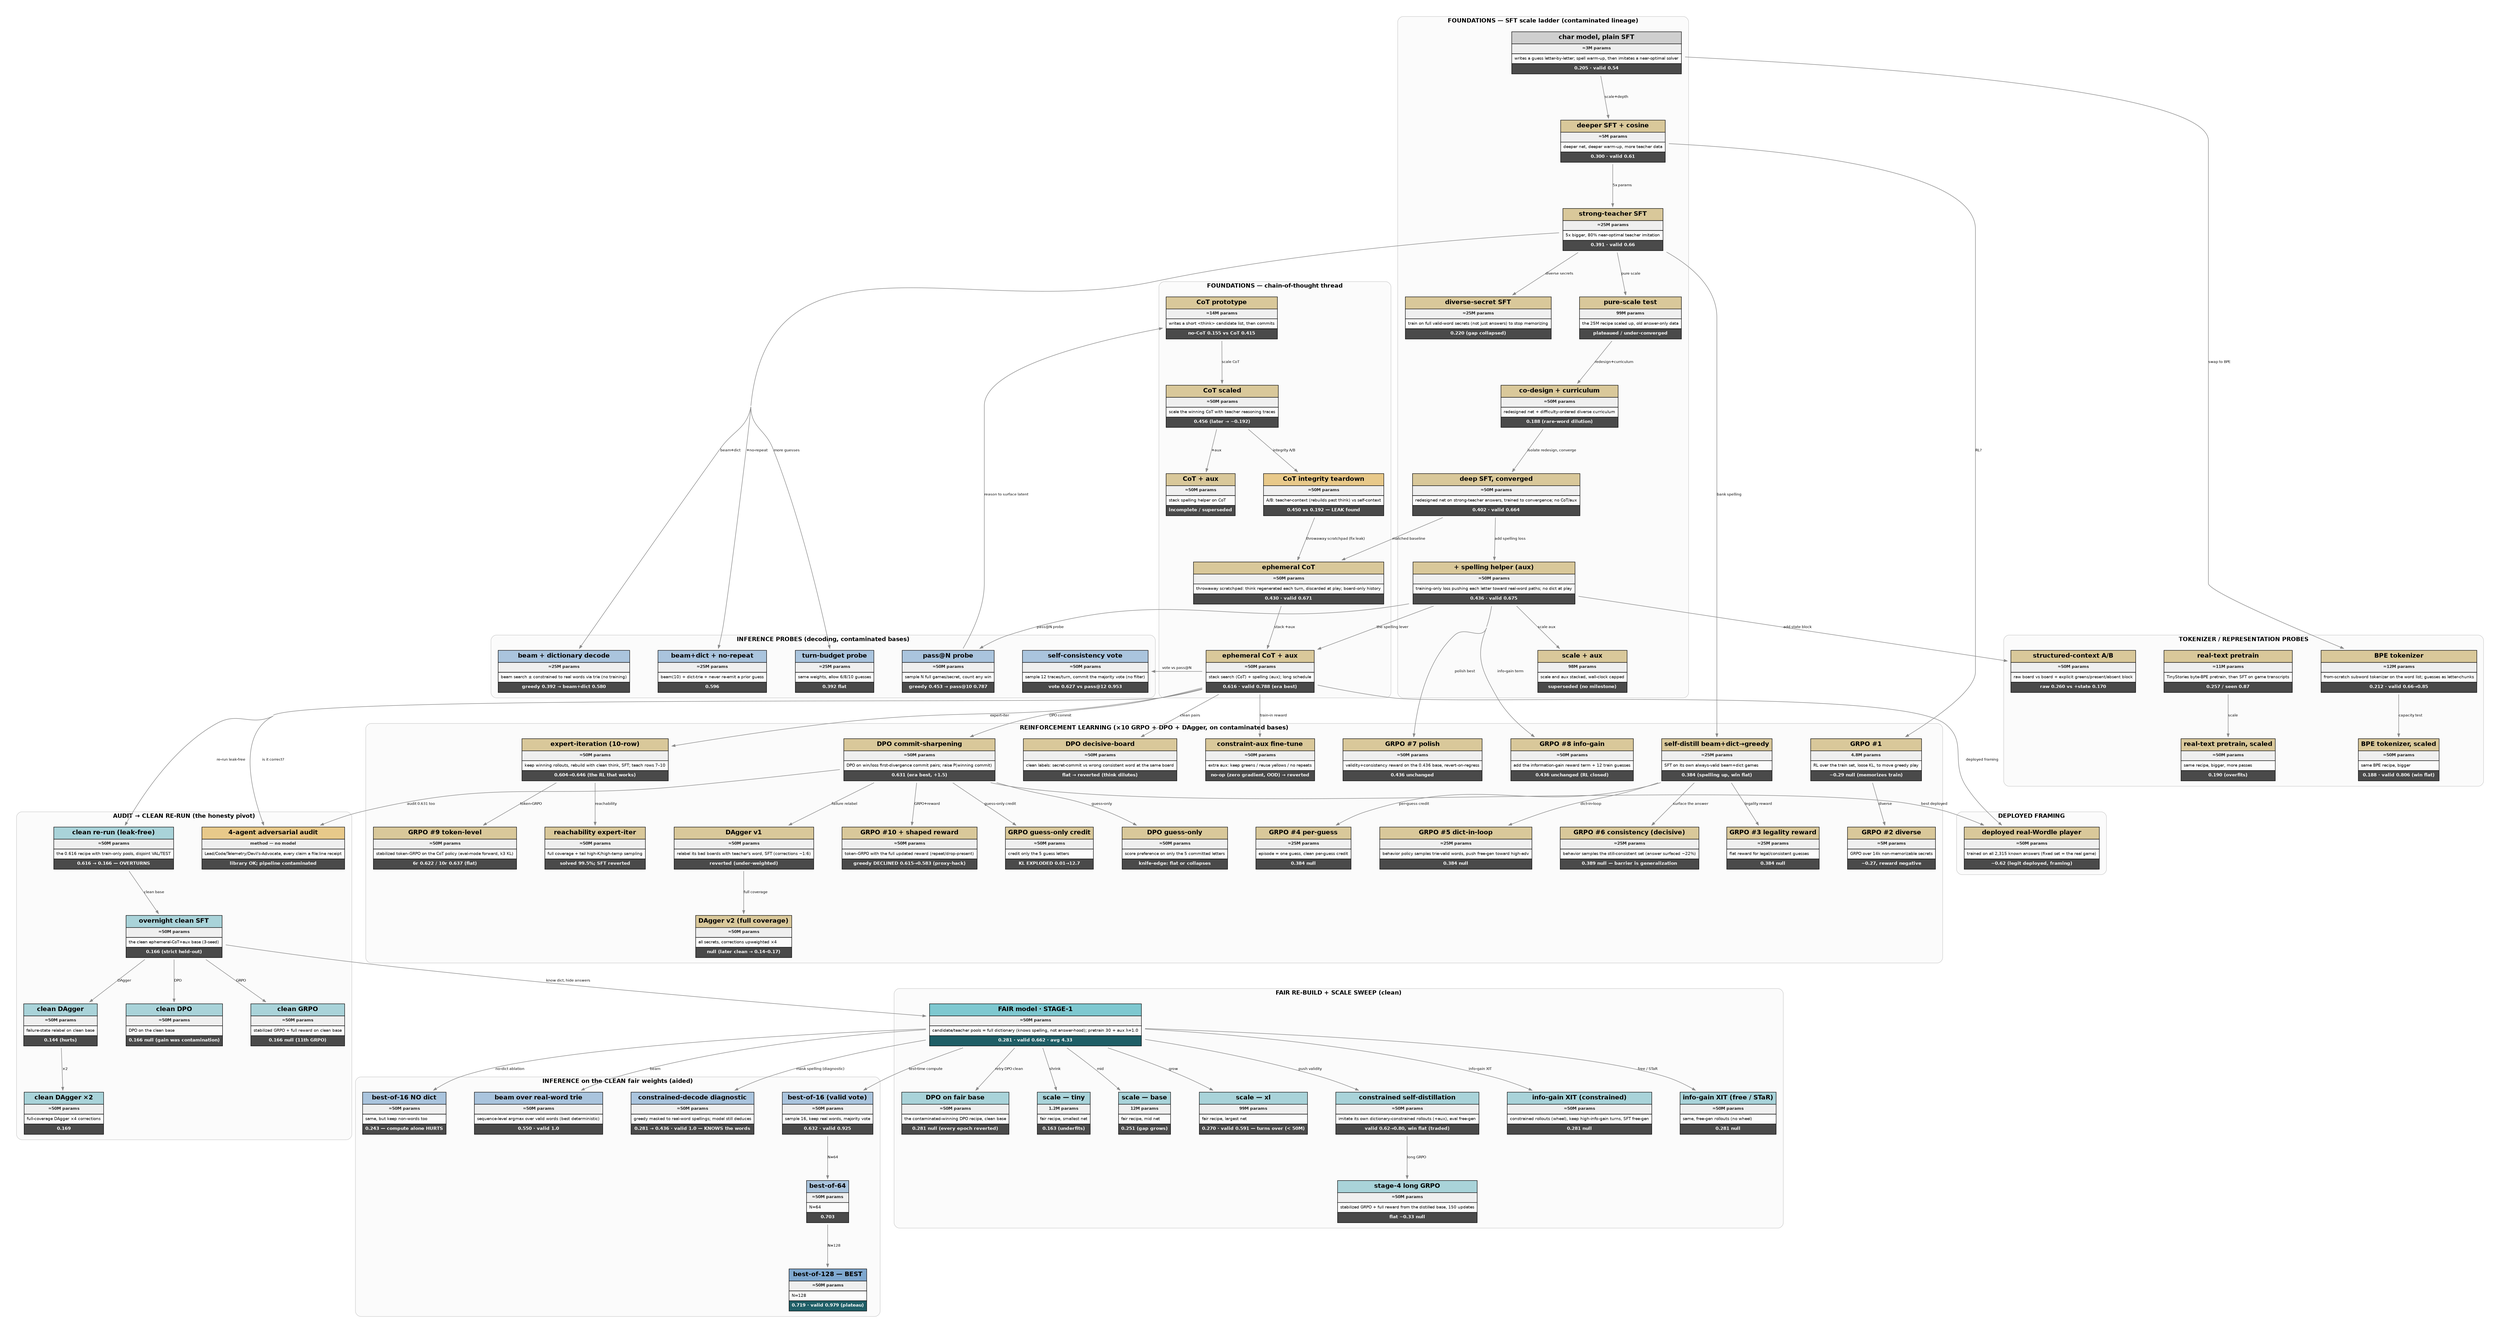
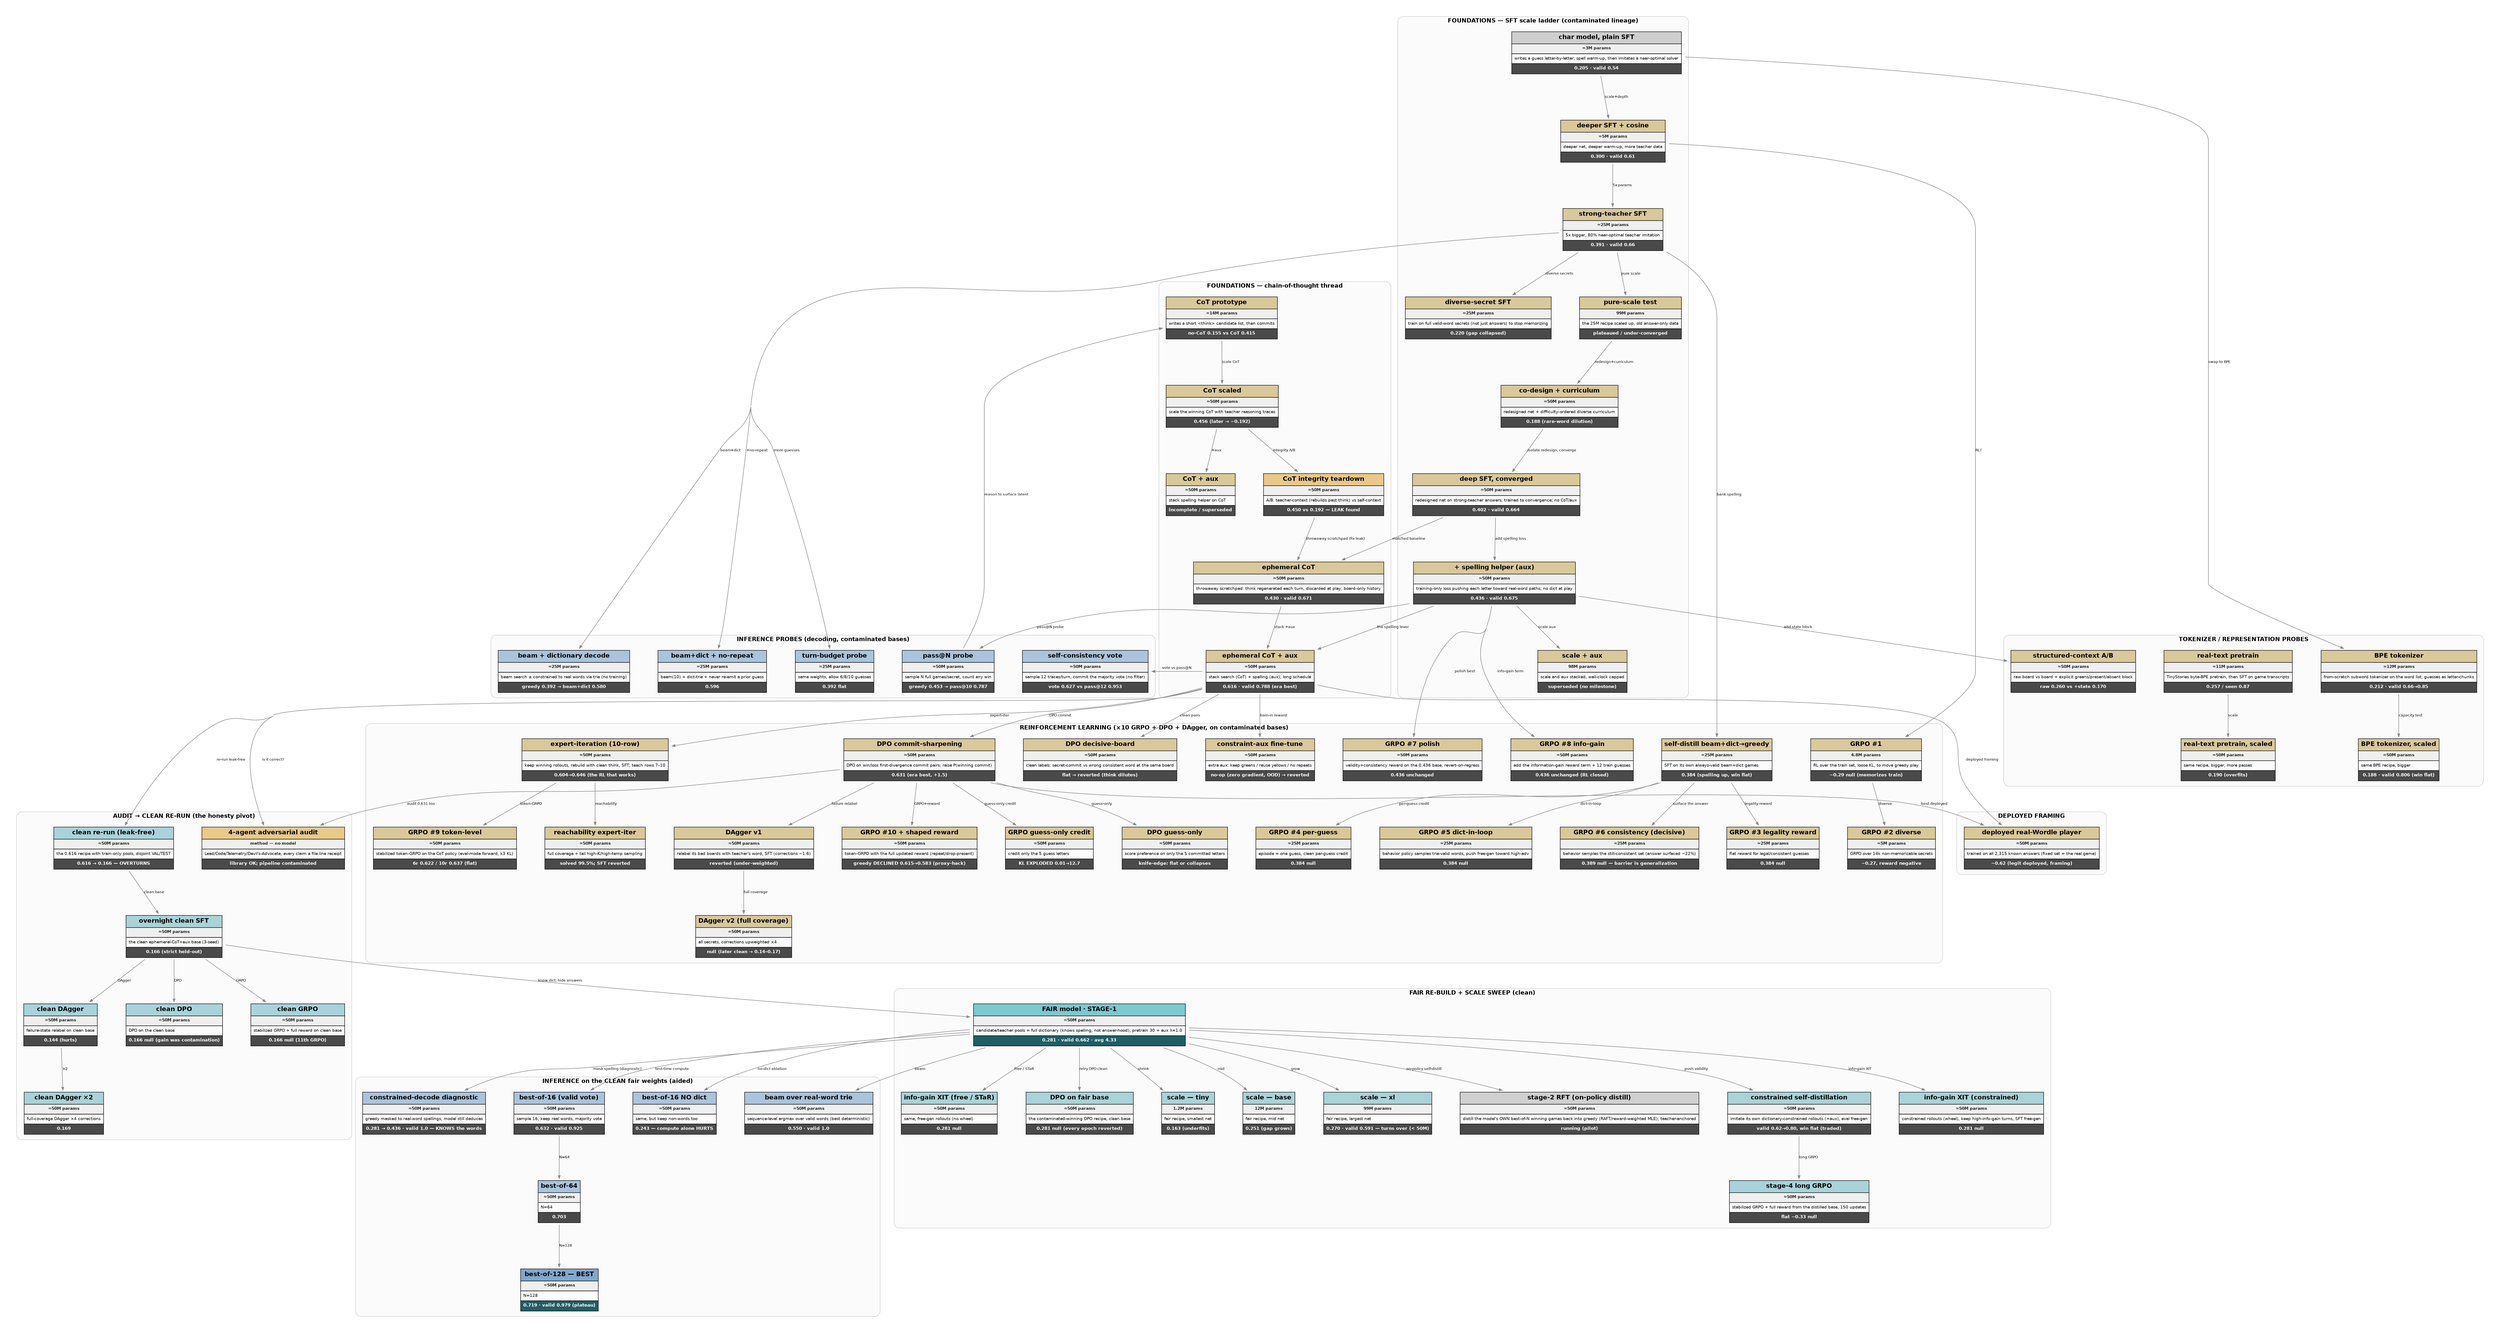
digraph experiments {
  rankdir=TB; bgcolor="white";
  graph [fontname="Helvetica", ranksep=1.2, nodesep=0.65, fontsize=13, concentrate=true, splines=spline, pad=0.4];
  node [shape=plaintext, fontname="Helvetica"];
  edge [fontname="Helvetica", fontsize=8, color="#888888", penwidth=1.1, arrowsize=0.7];
  subgraph cluster_found { label=<<B>FOUNDATIONS — SFT scale ladder (contaminated lineage)</B>>; fontsize=13; color="#cccccc"; style="rounded"; bgcolor="#fbfbfb";
    sft_3m [label=<<TABLE BORDER="0" CELLBORDER="1" CELLSPACING="0" CELLPADDING="5"><TR><TD BGCOLOR="#cfcfcf"><B>char model, plain SFT</B></TD></TR><TR><TD BGCOLOR="#efefef"><FONT POINT-SIZE="9" COLOR="#222222"><B>≈3M params</B></FONT></TD></TR><TR><TD ALIGN="LEFT"><FONT POINT-SIZE="9">writes a guess letter-by-letter; spell warm-up, then imitates a near-optimal solver</FONT></TD></TR><TR><TD BGCOLOR="#4a4a4a"><FONT COLOR="white" POINT-SIZE="10"><B>0.205 · valid 0.54</B></FONT></TD></TR></TABLE>>];
    sft_5m [label=<<TABLE BORDER="0" CELLBORDER="1" CELLSPACING="0" CELLPADDING="5"><TR><TD BGCOLOR="#d9c89a"><B>deeper SFT + cosine</B></TD></TR><TR><TD BGCOLOR="#efefef"><FONT POINT-SIZE="9" COLOR="#222222"><B>≈5M params</B></FONT></TD></TR><TR><TD ALIGN="LEFT"><FONT POINT-SIZE="9">deeper net, deeper warm-up, more teacher data</FONT></TD></TR><TR><TD BGCOLOR="#4a4a4a"><FONT COLOR="white" POINT-SIZE="10"><B>0.300 · valid 0.61</B></FONT></TD></TR></TABLE>>];
    sft_25m [label=<<TABLE BORDER="0" CELLBORDER="1" CELLSPACING="0" CELLPADDING="5"><TR><TD BGCOLOR="#d9c89a"><B>strong-teacher SFT</B></TD></TR><TR><TD BGCOLOR="#efefef"><FONT POINT-SIZE="9" COLOR="#222222"><B>≈25M params</B></FONT></TD></TR><TR><TD ALIGN="LEFT"><FONT POINT-SIZE="9">5x bigger, 80% near-optimal teacher imitation</FONT></TD></TR><TR><TD BGCOLOR="#4a4a4a"><FONT COLOR="white" POINT-SIZE="10"><B>0.391 · valid 0.66</B></FONT></TD></TR></TABLE>>];
    sft_25m_div [label=<<TABLE BORDER="0" CELLBORDER="1" CELLSPACING="0" CELLPADDING="5"><TR><TD BGCOLOR="#d9c89a"><B>diverse-secret SFT</B></TD></TR><TR><TD BGCOLOR="#efefef"><FONT POINT-SIZE="9" COLOR="#222222"><B>≈25M params</B></FONT></TD></TR><TR><TD ALIGN="LEFT"><FONT POINT-SIZE="9">train on full valid-word secrets (not just answers) to stop memorizing</FONT></TD></TR><TR><TD BGCOLOR="#4a4a4a"><FONT COLOR="white" POINT-SIZE="10"><B>0.220 (gap collapsed)</B></FONT></TD></TR></TABLE>>];
    scale_99m [label=<<TABLE BORDER="0" CELLBORDER="1" CELLSPACING="0" CELLPADDING="5"><TR><TD BGCOLOR="#d9c89a"><B>pure-scale test</B></TD></TR><TR><TD BGCOLOR="#efefef"><FONT POINT-SIZE="9" COLOR="#222222"><B>99M params</B></FONT></TD></TR><TR><TD ALIGN="LEFT"><FONT POINT-SIZE="9">the 25M recipe scaled up, old answer-only data</FONT></TD></TR><TR><TD BGCOLOR="#4a4a4a"><FONT COLOR="white" POINT-SIZE="10"><B>plateaued / under-converged</B></FONT></TD></TR></TABLE>>];
    codesign_50m [label=<<TABLE BORDER="0" CELLBORDER="1" CELLSPACING="0" CELLPADDING="5"><TR><TD BGCOLOR="#d9c89a"><B>co-design + curriculum</B></TD></TR><TR><TD BGCOLOR="#efefef"><FONT POINT-SIZE="9" COLOR="#222222"><B>≈50M params</B></FONT></TD></TR><TR><TD ALIGN="LEFT"><FONT POINT-SIZE="9">redesigned net + difficulty-ordered diverse curriculum</FONT></TD></TR><TR><TD BGCOLOR="#4a4a4a"><FONT COLOR="white" POINT-SIZE="10"><B>0.188 (rare-word dilution)</B></FONT></TD></TR></TABLE>>];
    sft_deep [label=<<TABLE BORDER="0" CELLBORDER="1" CELLSPACING="0" CELLPADDING="5"><TR><TD BGCOLOR="#d9c89a"><B>deep SFT, converged</B></TD></TR><TR><TD BGCOLOR="#efefef"><FONT POINT-SIZE="9" COLOR="#222222"><B>≈50M params</B></FONT></TD></TR><TR><TD ALIGN="LEFT"><FONT POINT-SIZE="9">redesigned net on strong-teacher answers, trained to convergence; no CoT/aux</FONT></TD></TR><TR><TD BGCOLOR="#4a4a4a"><FONT COLOR="white" POINT-SIZE="10"><B>0.402 · valid 0.664</B></FONT></TD></TR></TABLE>>];
    sft_aux [label=<<TABLE BORDER="0" CELLBORDER="1" CELLSPACING="0" CELLPADDING="5"><TR><TD BGCOLOR="#d9c89a"><B>+ spelling helper (aux)</B></TD></TR><TR><TD BGCOLOR="#efefef"><FONT POINT-SIZE="9" COLOR="#222222"><B>≈50M params</B></FONT></TD></TR><TR><TD ALIGN="LEFT"><FONT POINT-SIZE="9">training-only loss pushing each letter toward real-word paths; no dict at play</FONT></TD></TR><TR><TD BGCOLOR="#4a4a4a"><FONT COLOR="white" POINT-SIZE="10"><B>0.436 · valid 0.675</B></FONT></TD></TR></TABLE>>];
    sft_aux_xl [label=<<TABLE BORDER="0" CELLBORDER="1" CELLSPACING="0" CELLPADDING="5"><TR><TD BGCOLOR="#d9c89a"><B>scale + aux</B></TD></TR><TR><TD BGCOLOR="#efefef"><FONT POINT-SIZE="9" COLOR="#222222"><B>98M params</B></FONT></TD></TR><TR><TD ALIGN="LEFT"><FONT POINT-SIZE="9">scale and aux stacked, wall-clock capped</FONT></TD></TR><TR><TD BGCOLOR="#4a4a4a"><FONT COLOR="white" POINT-SIZE="10"><B>superseded (no milestone)</B></FONT></TD></TR></TABLE>>];
  }
  subgraph cluster_cot { label=<<B>FOUNDATIONS — chain-of-thought thread</B>>; fontsize=13; color="#cccccc"; style="rounded"; bgcolor="#fbfbfb";
    cot_14m [label=<<TABLE BORDER="0" CELLBORDER="1" CELLSPACING="0" CELLPADDING="5"><TR><TD BGCOLOR="#d9c89a"><B>CoT prototype</B></TD></TR><TR><TD BGCOLOR="#efefef"><FONT POINT-SIZE="9" COLOR="#222222"><B>≈14M params</B></FONT></TD></TR><TR><TD ALIGN="LEFT"><FONT POINT-SIZE="9">writes a short &lt;think&gt; candidate list, then commits</FONT></TD></TR><TR><TD BGCOLOR="#4a4a4a"><FONT COLOR="white" POINT-SIZE="10"><B>no-CoT 0.155 vs CoT 0.415</B></FONT></TD></TR></TABLE>>];
    cot_50m [label=<<TABLE BORDER="0" CELLBORDER="1" CELLSPACING="0" CELLPADDING="5"><TR><TD BGCOLOR="#d9c89a"><B>CoT scaled</B></TD></TR><TR><TD BGCOLOR="#efefef"><FONT POINT-SIZE="9" COLOR="#222222"><B>≈50M params</B></FONT></TD></TR><TR><TD ALIGN="LEFT"><FONT POINT-SIZE="9">scale the winning CoT with teacher reasoning traces</FONT></TD></TR><TR><TD BGCOLOR="#4a4a4a"><FONT COLOR="white" POINT-SIZE="10"><B>0.456 (later → ~0.192)</B></FONT></TD></TR></TABLE>>];
    cot_50m_aux [label=<<TABLE BORDER="0" CELLBORDER="1" CELLSPACING="0" CELLPADDING="5"><TR><TD BGCOLOR="#d9c89a"><B>CoT + aux</B></TD></TR><TR><TD BGCOLOR="#efefef"><FONT POINT-SIZE="9" COLOR="#222222"><B>≈50M params</B></FONT></TD></TR><TR><TD ALIGN="LEFT"><FONT POINT-SIZE="9">stack spelling helper on CoT</FONT></TD></TR><TR><TD BGCOLOR="#4a4a4a"><FONT COLOR="white" POINT-SIZE="10"><B>incomplete / superseded</B></FONT></TD></TR></TABLE>>];
    cot_show [label=<<TABLE BORDER="0" CELLBORDER="1" CELLSPACING="0" CELLPADDING="5"><TR><TD BGCOLOR="#e8c98a"><B>CoT integrity teardown</B></TD></TR><TR><TD BGCOLOR="#efefef"><FONT POINT-SIZE="9" COLOR="#222222"><B>≈50M params</B></FONT></TD></TR><TR><TD ALIGN="LEFT"><FONT POINT-SIZE="9">A/B: teacher-context (rebuilds past think) vs self-context</FONT></TD></TR><TR><TD BGCOLOR="#4a4a4a"><FONT COLOR="white" POINT-SIZE="10"><B>0.450 vs 0.192 — LEAK found</B></FONT></TD></TR></TABLE>>];
    cot_eph [label=<<TABLE BORDER="0" CELLBORDER="1" CELLSPACING="0" CELLPADDING="5"><TR><TD BGCOLOR="#d9c89a"><B>ephemeral CoT</B></TD></TR><TR><TD BGCOLOR="#efefef"><FONT POINT-SIZE="9" COLOR="#222222"><B>≈50M params</B></FONT></TD></TR><TR><TD ALIGN="LEFT"><FONT POINT-SIZE="9">throwaway scratchpad: think regenerated each turn, discarded at play; board-only history</FONT></TD></TR><TR><TD BGCOLOR="#4a4a4a"><FONT COLOR="white" POINT-SIZE="10"><B>0.430 · valid 0.671</B></FONT></TD></TR></TABLE>>];
    cot_eph_aux [label=<<TABLE BORDER="0" CELLBORDER="1" CELLSPACING="0" CELLPADDING="5"><TR><TD BGCOLOR="#d9c89a"><B>ephemeral CoT + aux</B></TD></TR><TR><TD BGCOLOR="#efefef"><FONT POINT-SIZE="9" COLOR="#222222"><B>≈50M params</B></FONT></TD></TR><TR><TD ALIGN="LEFT"><FONT POINT-SIZE="9">stack search (CoT) + spelling (aux); long schedule</FONT></TD></TR><TR><TD BGCOLOR="#4a4a4a"><FONT COLOR="white" POINT-SIZE="10"><B>0.616 · valid 0.788 (era best)</B></FONT></TD></TR></TABLE>>];
  }
  subgraph cluster_val { label=<<B>TOKENIZER / REPRESENTATION PROBES</B>>; fontsize=13; color="#cccccc"; style="rounded"; bgcolor="#fbfbfb";
    bpe_12m [label=<<TABLE BORDER="0" CELLBORDER="1" CELLSPACING="0" CELLPADDING="5"><TR><TD BGCOLOR="#d9c89a"><B>BPE tokenizer</B></TD></TR><TR><TD BGCOLOR="#efefef"><FONT POINT-SIZE="9" COLOR="#222222"><B>≈12M params</B></FONT></TD></TR><TR><TD ALIGN="LEFT"><FONT POINT-SIZE="9">from-scratch subword tokenizer on the word list; guesses as letter-chunks</FONT></TD></TR><TR><TD BGCOLOR="#4a4a4a"><FONT COLOR="white" POINT-SIZE="10"><B>0.212 · valid 0.66→0.85</B></FONT></TD></TR></TABLE>>];
    bpe_50m [label=<<TABLE BORDER="0" CELLBORDER="1" CELLSPACING="0" CELLPADDING="5"><TR><TD BGCOLOR="#d9c89a"><B>BPE tokenizer, scaled</B></TD></TR><TR><TD BGCOLOR="#efefef"><FONT POINT-SIZE="9" COLOR="#222222"><B>≈50M params</B></FONT></TD></TR><TR><TD ALIGN="LEFT"><FONT POINT-SIZE="9">same BPE recipe, bigger</FONT></TD></TR><TR><TD BGCOLOR="#4a4a4a"><FONT COLOR="white" POINT-SIZE="10"><B>0.188 · valid 0.806 (win flat)</B></FONT></TD></TR></TABLE>>];
    oreo_11m [label=<<TABLE BORDER="0" CELLBORDER="1" CELLSPACING="0" CELLPADDING="5"><TR><TD BGCOLOR="#d9c89a"><B>real-text pretrain</B></TD></TR><TR><TD BGCOLOR="#efefef"><FONT POINT-SIZE="9" COLOR="#222222"><B>≈11M params</B></FONT></TD></TR><TR><TD ALIGN="LEFT"><FONT POINT-SIZE="9">TinyStories byte-BPE pretrain, then SFT on game transcripts</FONT></TD></TR><TR><TD BGCOLOR="#4a4a4a"><FONT COLOR="white" POINT-SIZE="10"><B>0.257 / seen 0.87</B></FONT></TD></TR></TABLE>>];
    oreo_50m [label=<<TABLE BORDER="0" CELLBORDER="1" CELLSPACING="0" CELLPADDING="5"><TR><TD BGCOLOR="#d9c89a"><B>real-text pretrain, scaled</B></TD></TR><TR><TD BGCOLOR="#efefef"><FONT POINT-SIZE="9" COLOR="#222222"><B>≈50M params</B></FONT></TD></TR><TR><TD ALIGN="LEFT"><FONT POINT-SIZE="9">same recipe, bigger, more passes</FONT></TD></TR><TR><TD BGCOLOR="#4a4a4a"><FONT COLOR="white" POINT-SIZE="10"><B>0.190 (overfits)</B></FONT></TD></TR></TABLE>>];
    structured_ctx [label=<<TABLE BORDER="0" CELLBORDER="1" CELLSPACING="0" CELLPADDING="5"><TR><TD BGCOLOR="#d9c89a"><B>structured-context A/B</B></TD></TR><TR><TD BGCOLOR="#efefef"><FONT POINT-SIZE="9" COLOR="#222222"><B>≈50M params</B></FONT></TD></TR><TR><TD ALIGN="LEFT"><FONT POINT-SIZE="9">raw board vs board + explicit greens/present/absent block</FONT></TD></TR><TR><TD BGCOLOR="#4a4a4a"><FONT COLOR="white" POINT-SIZE="10"><B>raw 0.260 vs +state 0.170</B></FONT></TD></TR></TABLE>>];
  }
  subgraph cluster_rl { label=<<B>REINFORCEMENT LEARNING (×10 GRPO + DPO + DAgger, on contaminated bases)</B>>; fontsize=13; color="#cccccc"; style="rounded"; bgcolor="#fbfbfb";
    grpo_5m [label=<<TABLE BORDER="0" CELLBORDER="1" CELLSPACING="0" CELLPADDING="5"><TR><TD BGCOLOR="#d9c89a"><B>GRPO #1</B></TD></TR><TR><TD BGCOLOR="#efefef"><FONT POINT-SIZE="9" COLOR="#222222"><B>4.8M params</B></FONT></TD></TR><TR><TD ALIGN="LEFT"><FONT POINT-SIZE="9">RL over the train set, loose KL, to move greedy play</FONT></TD></TR><TR><TD BGCOLOR="#4a4a4a"><FONT COLOR="white" POINT-SIZE="10"><B>~0.29 null (memorizes train)</B></FONT></TD></TR></TABLE>>];
    grpo_5m_div [label=<<TABLE BORDER="0" CELLBORDER="1" CELLSPACING="0" CELLPADDING="5"><TR><TD BGCOLOR="#d9c89a"><B>GRPO #2 diverse</B></TD></TR><TR><TD BGCOLOR="#efefef"><FONT POINT-SIZE="9" COLOR="#222222"><B>≈5M params</B></FONT></TD></TR><TR><TD ALIGN="LEFT"><FONT POINT-SIZE="9">GRPO over 14k non-memorizable secrets</FONT></TD></TR><TR><TD BGCOLOR="#4a4a4a"><FONT COLOR="white" POINT-SIZE="10"><B>~0.27, reward negative</B></FONT></TD></TR></TABLE>>];
    self_distill_25m [label=<<TABLE BORDER="0" CELLBORDER="1" CELLSPACING="0" CELLPADDING="5"><TR><TD BGCOLOR="#d9c89a"><B>self-distill beam+dict→greedy</B></TD></TR><TR><TD BGCOLOR="#efefef"><FONT POINT-SIZE="9" COLOR="#222222"><B>≈25M params</B></FONT></TD></TR><TR><TD ALIGN="LEFT"><FONT POINT-SIZE="9">SFT on its own always-valid beam+dict games</FONT></TD></TR><TR><TD BGCOLOR="#4a4a4a"><FONT COLOR="white" POINT-SIZE="10"><B>0.384 (spelling up, win flat)</B></FONT></TD></TR></TABLE>>];
    rl_consistency [label=<<TABLE BORDER="0" CELLBORDER="1" CELLSPACING="0" CELLPADDING="5"><TR><TD BGCOLOR="#d9c89a"><B>GRPO #3 legality reward</B></TD></TR><TR><TD BGCOLOR="#efefef"><FONT POINT-SIZE="9" COLOR="#222222"><B>≈25M params</B></FONT></TD></TR><TR><TD ALIGN="LEFT"><FONT POINT-SIZE="9">flat reward for legal/consistent guesses</FONT></TD></TR><TR><TD BGCOLOR="#4a4a4a"><FONT COLOR="white" POINT-SIZE="10"><B>0.384 null</B></FONT></TD></TR></TABLE>>];
    rl_perguess [label=<<TABLE BORDER="0" CELLBORDER="1" CELLSPACING="0" CELLPADDING="5"><TR><TD BGCOLOR="#d9c89a"><B>GRPO #4 per-guess</B></TD></TR><TR><TD BGCOLOR="#efefef"><FONT POINT-SIZE="9" COLOR="#222222"><B>≈25M params</B></FONT></TD></TR><TR><TD ALIGN="LEFT"><FONT POINT-SIZE="9">episode = one guess, clean per-guess credit</FONT></TD></TR><TR><TD BGCOLOR="#4a4a4a"><FONT COLOR="white" POINT-SIZE="10"><B>0.384 null</B></FONT></TD></TR></TABLE>>];
    rl_dict [label=<<TABLE BORDER="0" CELLBORDER="1" CELLSPACING="0" CELLPADDING="5"><TR><TD BGCOLOR="#d9c89a"><B>GRPO #5 dict-in-loop</B></TD></TR><TR><TD BGCOLOR="#efefef"><FONT POINT-SIZE="9" COLOR="#222222"><B>≈25M params</B></FONT></TD></TR><TR><TD ALIGN="LEFT"><FONT POINT-SIZE="9">behavior policy samples trie-valid words, push free-gen toward high-adv</FONT></TD></TR><TR><TD BGCOLOR="#4a4a4a"><FONT COLOR="white" POINT-SIZE="10"><B>0.384 null</B></FONT></TD></TR></TABLE>>];
    rl_constrained [label=<<TABLE BORDER="0" CELLBORDER="1" CELLSPACING="0" CELLPADDING="5"><TR><TD BGCOLOR="#d9c89a"><B>GRPO #6 consistency (decisive)</B></TD></TR><TR><TD BGCOLOR="#efefef"><FONT POINT-SIZE="9" COLOR="#222222"><B>≈25M params</B></FONT></TD></TR><TR><TD ALIGN="LEFT"><FONT POINT-SIZE="9">behavior samples the still-consistent set (answer surfaced ~22%)</FONT></TD></TR><TR><TD BGCOLOR="#4a4a4a"><FONT COLOR="white" POINT-SIZE="10"><B>0.389 null — barrier is generalization</B></FONT></TD></TR></TABLE>>];
    rl_polish [label=<<TABLE BORDER="0" CELLBORDER="1" CELLSPACING="0" CELLPADDING="5"><TR><TD BGCOLOR="#d9c89a"><B>GRPO #7 polish</B></TD></TR><TR><TD BGCOLOR="#efefef"><FONT POINT-SIZE="9" COLOR="#222222"><B>≈50M params</B></FONT></TD></TR><TR><TD ALIGN="LEFT"><FONT POINT-SIZE="9">validity+consistency reward on the 0.436 base, revert-on-regress</FONT></TD></TR><TR><TD BGCOLOR="#4a4a4a"><FONT COLOR="white" POINT-SIZE="10"><B>0.436 unchanged</B></FONT></TD></TR></TABLE>>];
    rl_infogain [label=<<TABLE BORDER="0" CELLBORDER="1" CELLSPACING="0" CELLPADDING="5"><TR><TD BGCOLOR="#d9c89a"><B>GRPO #8 info-gain</B></TD></TR><TR><TD BGCOLOR="#efefef"><FONT POINT-SIZE="9" COLOR="#222222"><B>≈50M params</B></FONT></TD></TR><TR><TD ALIGN="LEFT"><FONT POINT-SIZE="9">add the information-gain reward term + 12 train guesses</FONT></TD></TR><TR><TD BGCOLOR="#4a4a4a"><FONT COLOR="white" POINT-SIZE="10"><B>0.436 unchanged (RL closed)</B></FONT></TD></TR></TABLE>>];
    rl_expert_10row [label=<<TABLE BORDER="0" CELLBORDER="1" CELLSPACING="0" CELLPADDING="5"><TR><TD BGCOLOR="#d9c89a"><B>expert-iteration (10-row)</B></TD></TR><TR><TD BGCOLOR="#efefef"><FONT POINT-SIZE="9" COLOR="#222222"><B>≈50M params</B></FONT></TD></TR><TR><TD ALIGN="LEFT"><FONT POINT-SIZE="9">keep winning rollouts, rebuild with clean think, SFT; teach rows 7–10</FONT></TD></TR><TR><TD BGCOLOR="#4a4a4a"><FONT COLOR="white" POINT-SIZE="10"><B>0.604→0.646 (the RL that works)</B></FONT></TD></TR></TABLE>>];
    rl_expert_tail [label=<<TABLE BORDER="0" CELLBORDER="1" CELLSPACING="0" CELLPADDING="5"><TR><TD BGCOLOR="#d9c89a"><B>reachability expert-iter</B></TD></TR><TR><TD BGCOLOR="#efefef"><FONT POINT-SIZE="9" COLOR="#222222"><B>≈50M params</B></FONT></TD></TR><TR><TD ALIGN="LEFT"><FONT POINT-SIZE="9">full coverage + tail high-K/high-temp sampling</FONT></TD></TR><TR><TD BGCOLOR="#4a4a4a"><FONT COLOR="white" POINT-SIZE="10"><B>solved 99.5%; SFT reverted</B></FONT></TD></TR></TABLE>>];
    rl_grpo_polish [label=<<TABLE BORDER="0" CELLBORDER="1" CELLSPACING="0" CELLPADDING="5"><TR><TD BGCOLOR="#d9c89a"><B>GRPO #9 token-level</B></TD></TR><TR><TD BGCOLOR="#efefef"><FONT POINT-SIZE="9" COLOR="#222222"><B>≈50M params</B></FONT></TD></TR><TR><TD ALIGN="LEFT"><FONT POINT-SIZE="9">stabilized token-GRPO on the CoT policy (eval-mode forward, k3 KL)</FONT></TD></TR><TR><TD BGCOLOR="#4a4a4a"><FONT COLOR="white" POINT-SIZE="10"><B>6r 0.622 / 10r 0.637 (flat)</B></FONT></TD></TR></TABLE>>];
    dpo_commit [label=<<TABLE BORDER="0" CELLBORDER="1" CELLSPACING="0" CELLPADDING="5"><TR><TD BGCOLOR="#d9c89a"><B>DPO commit-sharpening</B></TD></TR><TR><TD BGCOLOR="#efefef"><FONT POINT-SIZE="9" COLOR="#222222"><B>≈50M params</B></FONT></TD></TR><TR><TD ALIGN="LEFT"><FONT POINT-SIZE="9">DPO on win/loss first-divergence commit pairs; raise P(winning commit)</FONT></TD></TR><TR><TD BGCOLOR="#4a4a4a"><FONT COLOR="white" POINT-SIZE="10"><B>0.631 (era best, +1.5)</B></FONT></TD></TR></TABLE>>];
    dpo_decisive [label=<<TABLE BORDER="0" CELLBORDER="1" CELLSPACING="0" CELLPADDING="5"><TR><TD BGCOLOR="#d9c89a"><B>DPO decisive-board</B></TD></TR><TR><TD BGCOLOR="#efefef"><FONT POINT-SIZE="9" COLOR="#222222"><B>≈50M params</B></FONT></TD></TR><TR><TD ALIGN="LEFT"><FONT POINT-SIZE="9">clean labels: secret-commit vs wrong consistent word at the same board</FONT></TD></TR><TR><TD BGCOLOR="#4a4a4a"><FONT COLOR="white" POINT-SIZE="10"><B>flat → reverted (think dilutes)</B></FONT></TD></TR></TABLE>>];
    dpo_guessonly [label=<<TABLE BORDER="0" CELLBORDER="1" CELLSPACING="0" CELLPADDING="5"><TR><TD BGCOLOR="#d9c89a"><B>DPO guess-only</B></TD></TR><TR><TD BGCOLOR="#efefef"><FONT POINT-SIZE="9" COLOR="#222222"><B>≈50M params</B></FONT></TD></TR><TR><TD ALIGN="LEFT"><FONT POINT-SIZE="9">score preference on only the 5 committed letters</FONT></TD></TR><TR><TD BGCOLOR="#4a4a4a"><FONT COLOR="white" POINT-SIZE="10"><B>knife-edge: flat or collapses</B></FONT></TD></TR></TABLE>>];
    constraint_aux [label=<<TABLE BORDER="0" CELLBORDER="1" CELLSPACING="0" CELLPADDING="5"><TR><TD BGCOLOR="#d9c89a"><B>constraint-aux fine-tune</B></TD></TR><TR><TD BGCOLOR="#efefef"><FONT POINT-SIZE="9" COLOR="#222222"><B>≈50M params</B></FONT></TD></TR><TR><TD ALIGN="LEFT"><FONT POINT-SIZE="9">extra aux: keep greens / reuse yellows / no repeats</FONT></TD></TR><TR><TD BGCOLOR="#4a4a4a"><FONT COLOR="white" POINT-SIZE="10"><B>no-op (zero gradient, OOD) → reverted</B></FONT></TD></TR></TABLE>>];
    dagger_v1 [label=<<TABLE BORDER="0" CELLBORDER="1" CELLSPACING="0" CELLPADDING="5"><TR><TD BGCOLOR="#d9c89a"><B>DAgger v1</B></TD></TR><TR><TD BGCOLOR="#efefef"><FONT POINT-SIZE="9" COLOR="#222222"><B>≈50M params</B></FONT></TD></TR><TR><TD ALIGN="LEFT"><FONT POINT-SIZE="9">relabel its bad boards with teacher's word, SFT (corrections ~1:6)</FONT></TD></TR><TR><TD BGCOLOR="#4a4a4a"><FONT COLOR="white" POINT-SIZE="10"><B>reverted (under-weighted)</B></FONT></TD></TR></TABLE>>];
    rl_grpo_reward [label=<<TABLE BORDER="0" CELLBORDER="1" CELLSPACING="0" CELLPADDING="5"><TR><TD BGCOLOR="#d9c89a"><B>GRPO #10 + shaped reward</B></TD></TR><TR><TD BGCOLOR="#efefef"><FONT POINT-SIZE="9" COLOR="#222222"><B>≈50M params</B></FONT></TD></TR><TR><TD ALIGN="LEFT"><FONT POINT-SIZE="9">token-GRPO with the full updated reward (repeat/drop-present)</FONT></TD></TR><TR><TD BGCOLOR="#4a4a4a"><FONT COLOR="white" POINT-SIZE="10"><B>greedy DECLINED 0.615→0.583 (proxy-hack)</B></FONT></TD></TR></TABLE>>];
    rl_grpo_guessonly [label=<<TABLE BORDER="0" CELLBORDER="1" CELLSPACING="0" CELLPADDING="5"><TR><TD BGCOLOR="#d9c89a"><B>GRPO guess-only credit</B></TD></TR><TR><TD BGCOLOR="#efefef"><FONT POINT-SIZE="9" COLOR="#222222"><B>≈50M params</B></FONT></TD></TR><TR><TD ALIGN="LEFT"><FONT POINT-SIZE="9">credit only the 5 guess letters</FONT></TD></TR><TR><TD BGCOLOR="#4a4a4a"><FONT COLOR="white" POINT-SIZE="10"><B>KL EXPLODED 0.01→12.7</B></FONT></TD></TR></TABLE>>];
    dagger_v2 [label=<<TABLE BORDER="0" CELLBORDER="1" CELLSPACING="0" CELLPADDING="5"><TR><TD BGCOLOR="#d9c89a"><B>DAgger v2 (full coverage)</B></TD></TR><TR><TD BGCOLOR="#efefef"><FONT POINT-SIZE="9" COLOR="#222222"><B>≈50M params</B></FONT></TD></TR><TR><TD ALIGN="LEFT"><FONT POINT-SIZE="9">all secrets, corrections upweighted ×4</FONT></TD></TR><TR><TD BGCOLOR="#4a4a4a"><FONT COLOR="white" POINT-SIZE="10"><B>null (later clean → 0.14–0.17)</B></FONT></TD></TR></TABLE>>];
  }
  subgraph cluster_audit { label=<<B>AUDIT → CLEAN RE-RUN (the honesty pivot)</B>>; fontsize=13; color="#cccccc"; style="rounded"; bgcolor="#fbfbfb";
    audit [label=<<TABLE BORDER="0" CELLBORDER="1" CELLSPACING="0" CELLPADDING="5"><TR><TD BGCOLOR="#e8c98a"><B>4-agent adversarial audit</B></TD></TR><TR><TD BGCOLOR="#efefef"><FONT POINT-SIZE="9" COLOR="#222222"><B>method — no model</B></FONT></TD></TR><TR><TD ALIGN="LEFT"><FONT POINT-SIZE="9">Lead/Code/Telemetry/Devil's-Advocate, every claim a file:line receipt</FONT></TD></TR><TR><TD BGCOLOR="#4a4a4a"><FONT COLOR="white" POINT-SIZE="10"><B>library OK; pipeline contaminated</B></FONT></TD></TR></TABLE>>];
    clean_rerun [label=<<TABLE BORDER="0" CELLBORDER="1" CELLSPACING="0" CELLPADDING="5"><TR><TD BGCOLOR="#a9d3d9"><B>clean re-run (leak-free)</B></TD></TR><TR><TD BGCOLOR="#efefef"><FONT POINT-SIZE="9" COLOR="#222222"><B>≈50M params</B></FONT></TD></TR><TR><TD ALIGN="LEFT"><FONT POINT-SIZE="9">the 0.616 recipe with train-only pools, disjoint VAL/TEST</FONT></TD></TR><TR><TD BGCOLOR="#4a4a4a"><FONT COLOR="white" POINT-SIZE="10"><B>0.616 → 0.166 — OVERTURNS</B></FONT></TD></TR></TABLE>>];
    overnight_clean_sft [label=<<TABLE BORDER="0" CELLBORDER="1" CELLSPACING="0" CELLPADDING="5"><TR><TD BGCOLOR="#a9d3d9"><B>overnight clean SFT</B></TD></TR><TR><TD BGCOLOR="#efefef"><FONT POINT-SIZE="9" COLOR="#222222"><B>≈50M params</B></FONT></TD></TR><TR><TD ALIGN="LEFT"><FONT POINT-SIZE="9">the clean ephemeral-CoT+aux base (3-seed)</FONT></TD></TR><TR><TD BGCOLOR="#4a4a4a"><FONT COLOR="white" POINT-SIZE="10"><B>0.166 (strict held-out)</B></FONT></TD></TR></TABLE>>];
    overnight_clean_dpo [label=<<TABLE BORDER="0" CELLBORDER="1" CELLSPACING="0" CELLPADDING="5"><TR><TD BGCOLOR="#a9d3d9"><B>clean DPO</B></TD></TR><TR><TD BGCOLOR="#efefef"><FONT POINT-SIZE="9" COLOR="#222222"><B>≈50M params</B></FONT></TD></TR><TR><TD ALIGN="LEFT"><FONT POINT-SIZE="9">DPO on the clean base</FONT></TD></TR><TR><TD BGCOLOR="#4a4a4a"><FONT COLOR="white" POINT-SIZE="10"><B>0.166 null (gain was contamination)</B></FONT></TD></TR></TABLE>>];
    overnight_clean_grpo [label=<<TABLE BORDER="0" CELLBORDER="1" CELLSPACING="0" CELLPADDING="5"><TR><TD BGCOLOR="#a9d3d9"><B>clean GRPO</B></TD></TR><TR><TD BGCOLOR="#efefef"><FONT POINT-SIZE="9" COLOR="#222222"><B>≈50M params</B></FONT></TD></TR><TR><TD ALIGN="LEFT"><FONT POINT-SIZE="9">stabilized GRPO + full reward on clean base</FONT></TD></TR><TR><TD BGCOLOR="#4a4a4a"><FONT COLOR="white" POINT-SIZE="10"><B>0.166 null (11th GRPO)</B></FONT></TD></TR></TABLE>>];
    overnight_clean_dagger [label=<<TABLE BORDER="0" CELLBORDER="1" CELLSPACING="0" CELLPADDING="5"><TR><TD BGCOLOR="#a9d3d9"><B>clean DAgger</B></TD></TR><TR><TD BGCOLOR="#efefef"><FONT POINT-SIZE="9" COLOR="#222222"><B>≈50M params</B></FONT></TD></TR><TR><TD ALIGN="LEFT"><FONT POINT-SIZE="9">failure-state relabel on clean base</FONT></TD></TR><TR><TD BGCOLOR="#4a4a4a"><FONT COLOR="white" POINT-SIZE="10"><B>0.144 (hurts)</B></FONT></TD></TR></TABLE>>];
    overnight_clean_dagger2 [label=<<TABLE BORDER="0" CELLBORDER="1" CELLSPACING="0" CELLPADDING="5"><TR><TD BGCOLOR="#a9d3d9"><B>clean DAgger ×2</B></TD></TR><TR><TD BGCOLOR="#efefef"><FONT POINT-SIZE="9" COLOR="#222222"><B>≈50M params</B></FONT></TD></TR><TR><TD ALIGN="LEFT"><FONT POINT-SIZE="9">full-coverage DAgger ×4 corrections</FONT></TD></TR><TR><TD BGCOLOR="#4a4a4a"><FONT COLOR="white" POINT-SIZE="10"><B>0.169</B></FONT></TD></TR></TABLE>>];
  }
  subgraph cluster_scale { label=<<B>FAIR RE-BUILD + SCALE SWEEP (clean)</B>>; fontsize=13; color="#cccccc"; style="rounded"; bgcolor="#fbfbfb";
    fair_stage1 [label=<<TABLE BORDER="0" CELLBORDER="1" CELLSPACING="0" CELLPADDING="5"><TR><TD BGCOLOR="#7ec8d0"><B>FAIR model · STAGE-1</B></TD></TR><TR><TD BGCOLOR="#efefef"><FONT POINT-SIZE="9" COLOR="#222222"><B>≈50M params</B></FONT></TD></TR><TR><TD ALIGN="LEFT"><FONT POINT-SIZE="9">candidate/teacher pools = full dictionary (knows spelling, not answer-hood); pretrain 30 + aux λ=1.0</FONT></TD></TR><TR><TD BGCOLOR="#1f5e66"><FONT COLOR="white" POINT-SIZE="10"><B>0.281 · valid 0.662 · avg 4.33</B></FONT></TD></TR></TABLE>>];
    distill_constrained [label=<<TABLE BORDER="0" CELLBORDER="1" CELLSPACING="0" CELLPADDING="5"><TR><TD BGCOLOR="#a9d3d9"><B>constrained self-distillation</B></TD></TR><TR><TD BGCOLOR="#efefef"><FONT POINT-SIZE="9" COLOR="#222222"><B>≈50M params</B></FONT></TD></TR><TR><TD ALIGN="LEFT"><FONT POINT-SIZE="9">imitate its own dictionary-constrained rollouts (+aux), eval free-gen</FONT></TD></TR><TR><TD BGCOLOR="#4a4a4a"><FONT COLOR="white" POINT-SIZE="10"><B>valid 0.62→0.80, win flat (traded)</B></FONT></TD></TR></TABLE>>];
    infogain_xit_c [label=<<TABLE BORDER="0" CELLBORDER="1" CELLSPACING="0" CELLPADDING="5"><TR><TD BGCOLOR="#a9d3d9"><B>info-gain XIT (constrained)</B></TD></TR><TR><TD BGCOLOR="#efefef"><FONT POINT-SIZE="9" COLOR="#222222"><B>≈50M params</B></FONT></TD></TR><TR><TD ALIGN="LEFT"><FONT POINT-SIZE="9">constrained rollouts (wheel), keep high-info-gain turns, SFT free-gen</FONT></TD></TR><TR><TD BGCOLOR="#4a4a4a"><FONT COLOR="white" POINT-SIZE="10"><B>0.281 null</B></FONT></TD></TR></TABLE>>];
    infogain_xit_f [label=<<TABLE BORDER="0" CELLBORDER="1" CELLSPACING="0" CELLPADDING="5"><TR><TD BGCOLOR="#a9d3d9"><B>info-gain XIT (free / STaR)</B></TD></TR><TR><TD BGCOLOR="#efefef"><FONT POINT-SIZE="9" COLOR="#222222"><B>≈50M params</B></FONT></TD></TR><TR><TD ALIGN="LEFT"><FONT POINT-SIZE="9">same, free-gen rollouts (no wheel)</FONT></TD></TR><TR><TD BGCOLOR="#4a4a4a"><FONT COLOR="white" POINT-SIZE="10"><B>0.281 null</B></FONT></TD></TR></TABLE>>];
    dpo_fair [label=<<TABLE BORDER="0" CELLBORDER="1" CELLSPACING="0" CELLPADDING="5"><TR><TD BGCOLOR="#a9d3d9"><B>DPO on fair base</B></TD></TR><TR><TD BGCOLOR="#efefef"><FONT POINT-SIZE="9" COLOR="#222222"><B>≈50M params</B></FONT></TD></TR><TR><TD ALIGN="LEFT"><FONT POINT-SIZE="9">the contaminated-winning DPO recipe, clean base</FONT></TD></TR><TR><TD BGCOLOR="#4a4a4a"><FONT COLOR="white" POINT-SIZE="10"><B>0.281 null (every epoch reverted)</B></FONT></TD></TR></TABLE>>];
    grpo_full_fair [label=<<TABLE BORDER="0" CELLBORDER="1" CELLSPACING="0" CELLPADDING="5"><TR><TD BGCOLOR="#a9d3d9"><B>stage-4 long GRPO</B></TD></TR><TR><TD BGCOLOR="#efefef"><FONT POINT-SIZE="9" COLOR="#222222"><B>≈50M params</B></FONT></TD></TR><TR><TD ALIGN="LEFT"><FONT POINT-SIZE="9">stabilized GRPO + full reward from the distilled base, 150 updates</FONT></TD></TR><TR><TD BGCOLOR="#4a4a4a"><FONT COLOR="white" POINT-SIZE="10"><B>flat ~0.33 null</B></FONT></TD></TR></TABLE>>];
    scale_tiny [label=<<TABLE BORDER="0" CELLBORDER="1" CELLSPACING="0" CELLPADDING="5"><TR><TD BGCOLOR="#a9d3d9"><B>scale — tiny</B></TD></TR><TR><TD BGCOLOR="#efefef"><FONT POINT-SIZE="9" COLOR="#222222"><B>1.2M params</B></FONT></TD></TR><TR><TD ALIGN="LEFT"><FONT POINT-SIZE="9">fair recipe, smallest net</FONT></TD></TR><TR><TD BGCOLOR="#4a4a4a"><FONT COLOR="white" POINT-SIZE="10"><B>0.163 (underfits)</B></FONT></TD></TR></TABLE>>];
    scale_base [label=<<TABLE BORDER="0" CELLBORDER="1" CELLSPACING="0" CELLPADDING="5"><TR><TD BGCOLOR="#a9d3d9"><B>scale — base</B></TD></TR><TR><TD BGCOLOR="#efefef"><FONT POINT-SIZE="9" COLOR="#222222"><B>12M params</B></FONT></TD></TR><TR><TD ALIGN="LEFT"><FONT POINT-SIZE="9">fair recipe, mid net</FONT></TD></TR><TR><TD BGCOLOR="#4a4a4a"><FONT COLOR="white" POINT-SIZE="10"><B>0.251 (gap grows)</B></FONT></TD></TR></TABLE>>];
    scale_xl [label=<<TABLE BORDER="0" CELLBORDER="1" CELLSPACING="0" CELLPADDING="5"><TR><TD BGCOLOR="#a9d3d9"><B>scale — xl</B></TD></TR><TR><TD BGCOLOR="#efefef"><FONT POINT-SIZE="9" COLOR="#222222"><B>99M params</B></FONT></TD></TR><TR><TD ALIGN="LEFT"><FONT POINT-SIZE="9">fair recipe, largest net</FONT></TD></TR><TR><TD BGCOLOR="#4a4a4a"><FONT COLOR="white" POINT-SIZE="10"><B>0.270 · valid 0.591 — turns over (&lt; 50M)</B></FONT></TD></TR></TABLE>>];
+     rft_stage2 [label=<<TABLE BORDER="0" CELLBORDER="1" CELLSPACING="0" CELLPADDING="5"><TR><TD BGCOLOR="#d0d0d0"><B>stage-2 RFT (on-policy distill)</B></TD></TR><TR><TD BGCOLOR="#efefef"><FONT POINT-SIZE="9" COLOR="#222222"><B>≈50M params</B></FONT></TD></TR><TR><TD ALIGN="LEFT"><FONT POINT-SIZE="9">distill the model's OWN best-of-N winning games back into greedy (RAFT/reward-weighted MLE); teacher-anchored</FONT></TD></TR><TR><TD BGCOLOR="#4a4a4a"><FONT COLOR="white" POINT-SIZE="10"><B>running (pilot)</B></FONT></TD></TR></TABLE>>];
  }
  subgraph cluster_inf { label=<<B>INFERENCE PROBES (decoding, contaminated bases)</B>>; fontsize=13; color="#cccccc"; style="rounded"; bgcolor="#fbfbfb";
    beam_dict [label=<<TABLE BORDER="0" CELLBORDER="1" CELLSPACING="0" CELLPADDING="5"><TR><TD BGCOLOR="#aac4dd"><B>beam + dictionary decode</B></TD></TR><TR><TD BGCOLOR="#efefef"><FONT POINT-SIZE="9" COLOR="#222222"><B>≈25M params</B></FONT></TD></TR><TR><TD ALIGN="LEFT"><FONT POINT-SIZE="9">beam search ± constrained to real words via trie (no training)</FONT></TD></TR><TR><TD BGCOLOR="#4a4a4a"><FONT COLOR="white" POINT-SIZE="10"><B>greedy 0.392 → beam+dict 0.580</B></FONT></TD></TR></TABLE>>];
    norepeat_decode [label=<<TABLE BORDER="0" CELLBORDER="1" CELLSPACING="0" CELLPADDING="5"><TR><TD BGCOLOR="#aac4dd"><B>beam+dict + no-repeat</B></TD></TR><TR><TD BGCOLOR="#efefef"><FONT POINT-SIZE="9" COLOR="#222222"><B>≈25M params</B></FONT></TD></TR><TR><TD ALIGN="LEFT"><FONT POINT-SIZE="9">beam(10) + dict-trie + never re-emit a prior guess</FONT></TD></TR><TR><TD BGCOLOR="#4a4a4a"><FONT COLOR="white" POINT-SIZE="10"><B>0.596</B></FONT></TD></TR></TABLE>>];
    turn_budget [label=<<TABLE BORDER="0" CELLBORDER="1" CELLSPACING="0" CELLPADDING="5"><TR><TD BGCOLOR="#aac4dd"><B>turn-budget probe</B></TD></TR><TR><TD BGCOLOR="#efefef"><FONT POINT-SIZE="9" COLOR="#222222"><B>≈25M params</B></FONT></TD></TR><TR><TD ALIGN="LEFT"><FONT POINT-SIZE="9">same weights, allow 6/8/10 guesses</FONT></TD></TR><TR><TD BGCOLOR="#4a4a4a"><FONT COLOR="white" POINT-SIZE="10"><B>0.392 flat</B></FONT></TD></TR></TABLE>>];
    passk [label=<<TABLE BORDER="0" CELLBORDER="1" CELLSPACING="0" CELLPADDING="5"><TR><TD BGCOLOR="#aac4dd"><B>pass@N probe</B></TD></TR><TR><TD BGCOLOR="#efefef"><FONT POINT-SIZE="9" COLOR="#222222"><B>≈50M params</B></FONT></TD></TR><TR><TD ALIGN="LEFT"><FONT POINT-SIZE="9">sample N full games/secret, count any win</FONT></TD></TR><TR><TD BGCOLOR="#4a4a4a"><FONT COLOR="white" POINT-SIZE="10"><B>greedy 0.453 → pass@10 0.787</B></FONT></TD></TR></TABLE>>];
    self_consistency [label=<<TABLE BORDER="0" CELLBORDER="1" CELLSPACING="0" CELLPADDING="5"><TR><TD BGCOLOR="#aac4dd"><B>self-consistency vote</B></TD></TR><TR><TD BGCOLOR="#efefef"><FONT POINT-SIZE="9" COLOR="#222222"><B>≈50M params</B></FONT></TD></TR><TR><TD ALIGN="LEFT"><FONT POINT-SIZE="9">sample 12 traces/turn, commit the majority vote (no filter)</FONT></TD></TR><TR><TD BGCOLOR="#4a4a4a"><FONT COLOR="white" POINT-SIZE="10"><B>vote 0.627 vs pass@12 0.953</B></FONT></TD></TR></TABLE>>];
  }
  subgraph cluster_inf2 { label=<<B>INFERENCE on the CLEAN fair weights (aided)</B>>; fontsize=13; color="#cccccc"; style="rounded"; bgcolor="#fbfbfb";
    constrained_decode [label=<<TABLE BORDER="0" CELLBORDER="1" CELLSPACING="0" CELLPADDING="5"><TR><TD BGCOLOR="#aac4dd"><B>constrained-decode diagnostic</B></TD></TR><TR><TD BGCOLOR="#efefef"><FONT POINT-SIZE="9" COLOR="#222222"><B>≈50M params</B></FONT></TD></TR><TR><TD ALIGN="LEFT"><FONT POINT-SIZE="9">greedy masked to real-word spellings; model still deduces</FONT></TD></TR><TR><TD BGCOLOR="#4a4a4a"><FONT COLOR="white" POINT-SIZE="10"><B>0.281 → 0.436 · valid 1.0 — KNOWS the words</B></FONT></TD></TR></TABLE>>];
    bestof16 [label=<<TABLE BORDER="0" CELLBORDER="1" CELLSPACING="0" CELLPADDING="5"><TR><TD BGCOLOR="#aac4dd"><B>best-of-16 (valid vote)</B></TD></TR><TR><TD BGCOLOR="#efefef"><FONT POINT-SIZE="9" COLOR="#222222"><B>≈50M params</B></FONT></TD></TR><TR><TD ALIGN="LEFT"><FONT POINT-SIZE="9">sample 16, keep real words, majority vote</FONT></TD></TR><TR><TD BGCOLOR="#4a4a4a"><FONT COLOR="white" POINT-SIZE="10"><B>0.632 · valid 0.925</B></FONT></TD></TR></TABLE>>];
    bestof16_nodict [label=<<TABLE BORDER="0" CELLBORDER="1" CELLSPACING="0" CELLPADDING="5"><TR><TD BGCOLOR="#aac4dd"><B>best-of-16 NO dict</B></TD></TR><TR><TD BGCOLOR="#efefef"><FONT POINT-SIZE="9" COLOR="#222222"><B>≈50M params</B></FONT></TD></TR><TR><TD ALIGN="LEFT"><FONT POINT-SIZE="9">same, but keep non-words too</FONT></TD></TR><TR><TD BGCOLOR="#4a4a4a"><FONT COLOR="white" POINT-SIZE="10"><B>0.243 — compute alone HURTS</B></FONT></TD></TR></TABLE>>];
    bestof64 [label=<<TABLE BORDER="0" CELLBORDER="1" CELLSPACING="0" CELLPADDING="5"><TR><TD BGCOLOR="#aac4dd"><B>best-of-64</B></TD></TR><TR><TD BGCOLOR="#efefef"><FONT POINT-SIZE="9" COLOR="#222222"><B>≈50M params</B></FONT></TD></TR><TR><TD ALIGN="LEFT"><FONT POINT-SIZE="9">N=64</FONT></TD></TR><TR><TD BGCOLOR="#4a4a4a"><FONT COLOR="white" POINT-SIZE="10"><B>0.703</B></FONT></TD></TR></TABLE>>];
    bestof128 [label=<<TABLE BORDER="0" CELLBORDER="1" CELLSPACING="0" CELLPADDING="5"><TR><TD BGCOLOR="#7fa8cf"><B>best-of-128 — BEST</B></TD></TR><TR><TD BGCOLOR="#efefef"><FONT POINT-SIZE="9" COLOR="#222222"><B>≈50M params</B></FONT></TD></TR><TR><TD ALIGN="LEFT"><FONT POINT-SIZE="9">N=128</FONT></TD></TR><TR><TD BGCOLOR="#1f5e66"><FONT COLOR="white" POINT-SIZE="10"><B>0.719 · valid 0.979 (plateau)</B></FONT></TD></TR></TABLE>>];
    beam_trie [label=<<TABLE BORDER="0" CELLBORDER="1" CELLSPACING="0" CELLPADDING="5"><TR><TD BGCOLOR="#aac4dd"><B>beam over real-word trie</B></TD></TR><TR><TD BGCOLOR="#efefef"><FONT POINT-SIZE="9" COLOR="#222222"><B>≈50M params</B></FONT></TD></TR><TR><TD ALIGN="LEFT"><FONT POINT-SIZE="9">sequence-level argmax over valid words (best deterministic)</FONT></TD></TR><TR><TD BGCOLOR="#4a4a4a"><FONT COLOR="white" POINT-SIZE="10"><B>0.550 · valid 1.0</B></FONT></TD></TR></TABLE>>];
  }
  subgraph cluster_dep { label=<<B>DEPLOYED FRAMING</B>>; fontsize=13; color="#cccccc"; style="rounded"; bgcolor="#fbfbfb";
    deployed [label=<<TABLE BORDER="0" CELLBORDER="1" CELLSPACING="0" CELLPADDING="5"><TR><TD BGCOLOR="#d9c89a"><B>deployed real-Wordle player</B></TD></TR><TR><TD BGCOLOR="#efefef"><FONT POINT-SIZE="9" COLOR="#222222"><B>≈50M params</B></FONT></TD></TR><TR><TD ALIGN="LEFT"><FONT POINT-SIZE="9">trained on all 2,315 known answers (fixed set = the real game)</FONT></TD></TR><TR><TD BGCOLOR="#4a4a4a"><FONT COLOR="white" POINT-SIZE="10"><B>~0.62 (legit deployed, framing)</B></FONT></TD></TR></TABLE>>];
  }
  sft_3m -> sft_5m [label="scale+depth"];
  sft_5m -> sft_25m [label="5x params"];
  sft_25m -> sft_25m_div [label="diverse secrets"];
  sft_25m -> scale_99m [label="pure scale"];
  scale_99m -> codesign_50m [label="redesign+curriculum"];
  codesign_50m -> sft_deep [label="isolate redesign, converge"];
  sft_deep -> sft_aux [label="add spelling loss"];
  sft_aux -> sft_aux_xl [label="scale aux"];
  sft_3m -> bpe_12m [label="swap to BPE"];
  bpe_12m -> bpe_50m [label="capacity test"];
  oreo_11m -> oreo_50m [label="scale"];
  sft_aux -> structured_ctx [label="add state block"];
  sft_aux -> passk [label="pass@N probe"];
  sft_25m -> beam_dict [label="beam+dict"];
  sft_25m -> norepeat_decode [label="+no-repeat"];
  sft_25m -> turn_budget [label="more guesses"];
  passk -> cot_14m [label="reason to surface latent"];
  cot_14m -> cot_50m [label="scale CoT"];
  cot_50m -> cot_50m_aux [label="+aux"];
  cot_50m -> cot_show [label="integrity A/B"];
  cot_show -> cot_eph [label="throwaway scratchpad (fix leak)"];
  sft_deep -> cot_eph [label="matched baseline"];
  cot_eph -> cot_eph_aux [label="stack +aux"];
  sft_aux -> cot_eph_aux [label="the spelling lever"];
  sft_5m -> grpo_5m [label="RL?"];
  grpo_5m -> grpo_5m_div [label="diverse"];
  sft_25m -> self_distill_25m [label="bank spelling"];
  self_distill_25m -> rl_consistency [label="legality reward"];
  self_distill_25m -> rl_perguess [label="per-guess credit"];
  self_distill_25m -> rl_dict [label="dict-in-loop"];
  self_distill_25m -> rl_constrained [label="surface the answer"];
  sft_aux -> rl_polish [label="polish best"];
  sft_aux -> rl_infogain [label="info-gain term"];
  cot_eph_aux -> rl_expert_10row [label="expert-iter"];
  rl_expert_10row -> rl_expert_tail [label="reachability"];
  rl_expert_10row -> rl_grpo_polish [label="token-GRPO"];
  cot_eph_aux -> self_consistency [label="vote vs pass@N"];
  cot_eph_aux -> dpo_commit [label="DPO commit"];
  cot_eph_aux -> dpo_decisive [label="clean pairs"];
  dpo_commit -> dpo_guessonly [label="guess-only"];
  cot_eph_aux -> constraint_aux [label="train-in reward"];
  dpo_commit -> dagger_v1 [label="failure relabel"];
  dpo_commit -> rl_grpo_reward [label="GRPO+reward"];
  dpo_commit -> rl_grpo_guessonly [label="guess-only credit"];
  dagger_v1 -> dagger_v2 [label="full coverage"];
  cot_eph_aux -> audit [label="is it correct?"];
  dpo_commit -> audit [label="audit 0.631 too"];
  cot_eph_aux -> clean_rerun [label="re-run leak-free"];
  clean_rerun -> overnight_clean_sft [label="clean base"];
  overnight_clean_sft -> overnight_clean_dpo [label="DPO"];
  overnight_clean_sft -> overnight_clean_grpo [label="GRPO"];
  overnight_clean_sft -> overnight_clean_dagger [label="DAgger"];
  overnight_clean_dagger -> overnight_clean_dagger2 [label="×2"];
  overnight_clean_sft -> fair_stage1 [label="know dict, hide answers"];
  fair_stage1 -> distill_constrained [label="push validity"];
  fair_stage1 -> infogain_xit_c [label="info-gain XIT"];
  fair_stage1 -> infogain_xit_f [label="free / STaR"];
  fair_stage1 -> dpo_fair [label="retry DPO clean"];
  distill_constrained -> grpo_full_fair [label="long GRPO"];
  fair_stage1 -> scale_tiny [label="shrink"];
  fair_stage1 -> scale_base [label="mid"];
  fair_stage1 -> scale_xl [label="grow"];
+   fair_stage1 -> rft_stage2 [label="on-policy self-distill"];
  fair_stage1 -> constrained_decode [label="mask spelling (diagnostic)"];
  fair_stage1 -> bestof16 [label="test-time compute"];
  fair_stage1 -> bestof16_nodict [label="no-dict ablation"];
  bestof16 -> bestof64 [label="N=64"];
  bestof64 -> bestof128 [label="N=128"];
  fair_stage1 -> beam_trie [label="beam"];
  cot_eph_aux -> deployed [label="deployed framing"];
  dpo_commit -> deployed [label="best deployed"];
}
